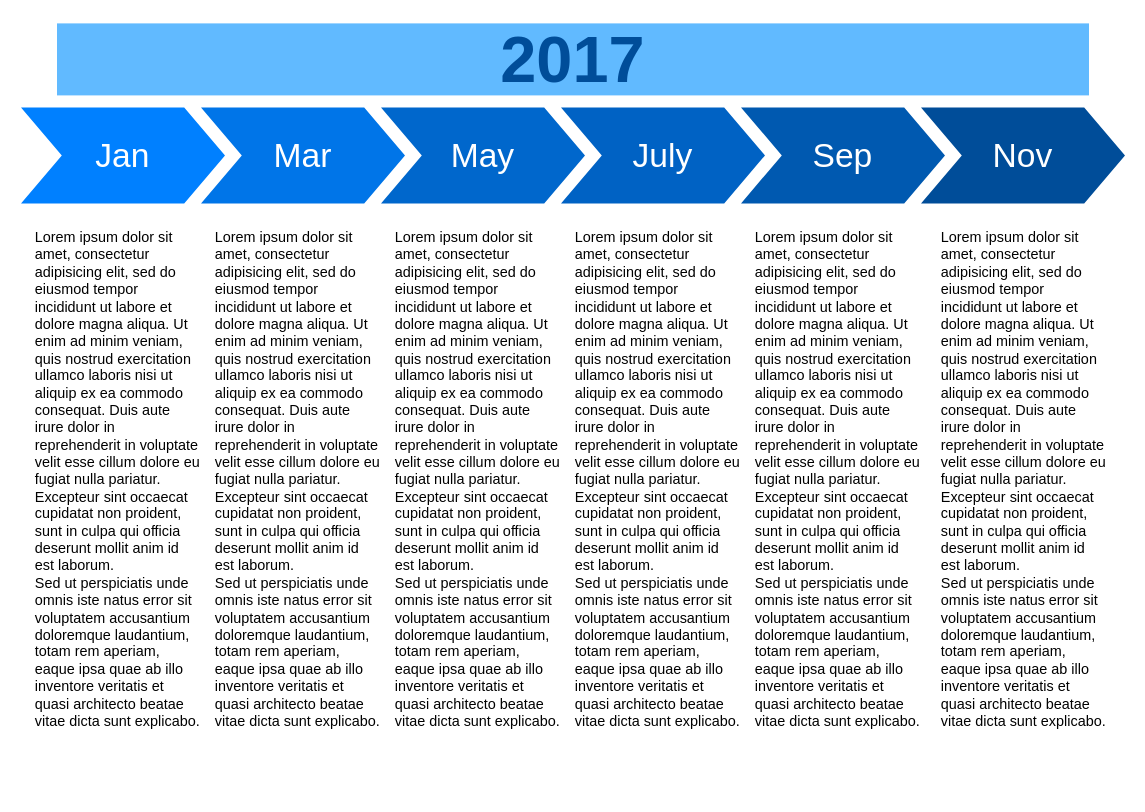
Earlier version of the draw.io diagram page "半導體時間軸" (2 of 2) of Notion.drawio (wecan-huang/Diagrams). Source tidied: cells renumbered, new cells numbered last; positions are measured from the earlier drawing's top-left corner, leaving out a move shared by most shapes. Both pictures are drawn from the tidied source at 120%, with x=0, y=0 at pixel (20, 23).
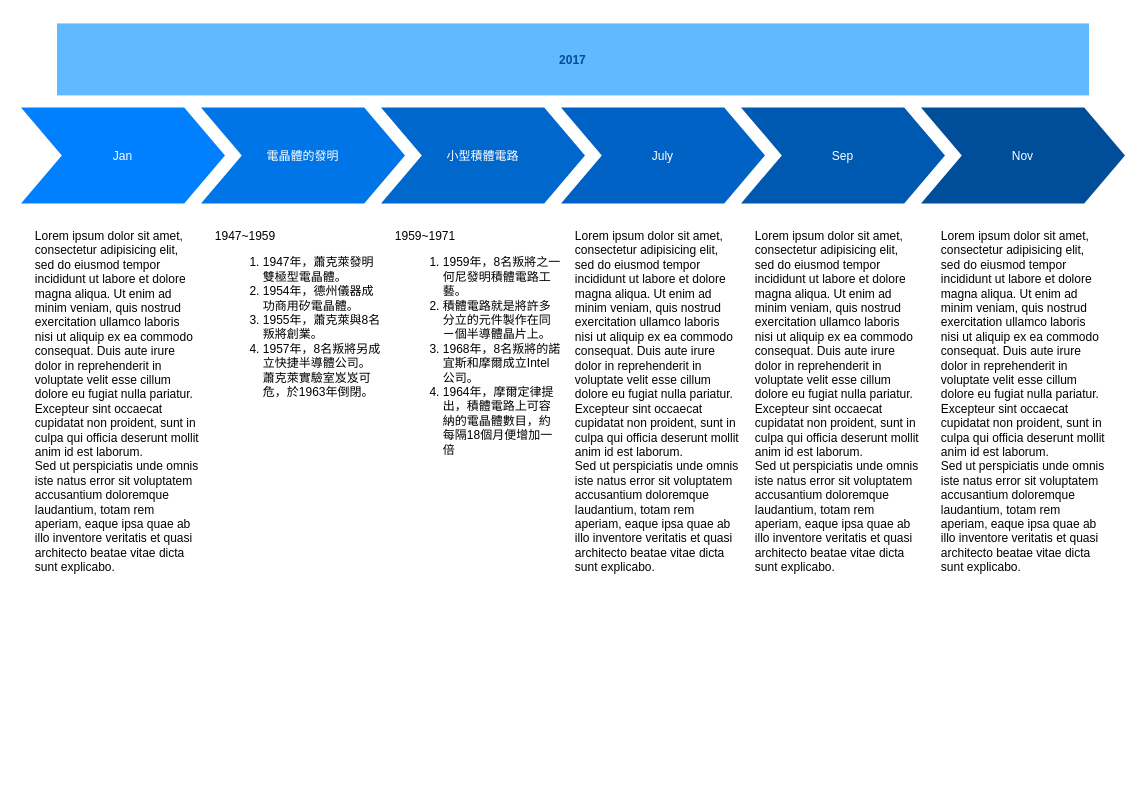
After the change.

Commit message:
add 半導體時間軸內容

What changed in the source:
```diff
@@
 <mxGraphModel>
   <root>
     <mxCell id="0" />
     <mxCell id="1" parent="0" />
-    <mxCell id="2" value="Jan" style="shape=step;whiteSpace=wrap;html=1;fontSize=28;fillColor=#0080FF;fontColor=#FFFFFF;strokeColor=none;" parent="1" vertex="1">
+    <mxCell id="2" value="Jan" style="shape=step;whiteSpace=wrap;html=1;fontSize=10;fillColor=#0080FF;fontColor=#FFFFFF;strokeColor=none;" parent="1" vertex="1">
       <mxGeometry y="70" width="170" height="80" as="geometry" />
     </mxCell>
-    <mxCell id="3" value="Mar" style="shape=step;whiteSpace=wrap;html=1;fontSize=28;fillColor=#0075E8;fontColor=#FFFFFF;strokeColor=none;" parent="1" vertex="1">
+    <mxCell id="3" value="&lt;font style=&quot;font-size: 10px;&quot;&gt;電晶體的發明&lt;/font&gt;" style="shape=step;whiteSpace=wrap;html=1;fontSize=10;fillColor=#0075E8;fontColor=#FFFFFF;strokeColor=none;" parent="1" vertex="1">
       <mxGeometry x="150" y="70" width="170" height="80" as="geometry" />
     </mxCell>
-    <mxCell id="4" value="May" style="shape=step;whiteSpace=wrap;html=1;fontSize=28;fillColor=#0067CC;fontColor=#FFFFFF;strokeColor=none;" parent="1" vertex="1">
+    <mxCell id="4" value="小型積體電路" style="shape=step;whiteSpace=wrap;html=1;fontSize=10;fillColor=#0067CC;fontColor=#FFFFFF;strokeColor=none;" parent="1" vertex="1">
       <mxGeometry x="300" y="70" width="170" height="80" as="geometry" />
     </mxCell>
-    <mxCell id="5" value="July" style="shape=step;whiteSpace=wrap;html=1;fontSize=28;fillColor=#0062C4;fontColor=#FFFFFF;strokeColor=none;" parent="1" vertex="1">
+    <mxCell id="5" value="July" style="shape=step;whiteSpace=wrap;html=1;fontSize=10;fillColor=#0062C4;fontColor=#FFFFFF;strokeColor=none;" parent="1" vertex="1">
       <mxGeometry x="450" y="70" width="170" height="80" as="geometry" />
     </mxCell>
-    <mxCell id="6" value="Sep" style="shape=step;whiteSpace=wrap;html=1;fontSize=28;fillColor=#0059B0;fontColor=#FFFFFF;strokeColor=none;" parent="1" vertex="1">
+    <mxCell id="6" value="Sep" style="shape=step;whiteSpace=wrap;html=1;fontSize=10;fillColor=#0059B0;fontColor=#FFFFFF;strokeColor=none;" parent="1" vertex="1">
       <mxGeometry x="600" y="70" width="170" height="80" as="geometry" />
     </mxCell>
-    <mxCell id="7" value="Nov" style="shape=step;whiteSpace=wrap;html=1;fontSize=28;fillColor=#004D99;fontColor=#FFFFFF;strokeColor=none;" parent="1" vertex="1">
+    <mxCell id="7" value="Nov" style="shape=step;whiteSpace=wrap;html=1;fontSize=10;fillColor=#004D99;fontColor=#FFFFFF;strokeColor=none;" parent="1" vertex="1">
       <mxGeometry x="750" y="70" width="170" height="80" as="geometry" />
     </mxCell>
-    <mxCell id="8" value="2017" style="text;html=1;strokeColor=none;fillColor=#61BAFF;align=center;verticalAlign=middle;whiteSpace=wrap;fontSize=54;fontStyle=1;fontColor=#004D99;" parent="1" vertex="1">
+    <mxCell id="8" value="2017" style="text;html=1;strokeColor=none;fillColor=#61BAFF;align=center;verticalAlign=middle;whiteSpace=wrap;fontSize=10;fontStyle=1;fontColor=#004D99;" parent="1" vertex="1">
       <mxGeometry x="30" width="860" height="60" as="geometry" />
     </mxCell>
-    <mxCell id="9" value="Lorem ipsum dolor sit amet, consectetur adipisicing elit, sed do eiusmod tempor incididunt ut labore et dolore magna aliqua. Ut enim ad minim veniam, quis nostrud exercitation ullamco laboris nisi ut aliquip ex ea commodo consequat. Duis aute irure dolor in reprehenderit in voluptate velit esse cillum dolore eu fugiat nulla pariatur. Excepteur sint occaecat cupidatat non proident, sunt in culpa qui officia deserunt mollit anim id est laborum.&lt;br&gt;Sed ut perspiciatis unde omnis iste natus error sit voluptatem accusantium doloremque laudantium, totam rem aperiam, eaque ipsa quae ab illo inventore veritatis et quasi architecto beatae vitae dicta sunt explicabo." style="text;spacingTop=-5;fillColor=#ffffff;whiteSpace=wrap;html=1;align=left;fontSize=12;fontFamily=Helvetica;fillColor=none;strokeColor=none;" parent="1" vertex="1">
+    <mxCell id="9" value="Lorem ipsum dolor sit amet, consectetur adipisicing elit, sed do eiusmod tempor incididunt ut labore et dolore magna aliqua. Ut enim ad minim veniam, quis nostrud exercitation ullamco laboris nisi ut aliquip ex ea commodo consequat. Duis aute irure dolor in reprehenderit in voluptate velit esse cillum dolore eu fugiat nulla pariatur. Excepteur sint occaecat cupidatat non proident, sunt in culpa qui officia deserunt mollit anim id est laborum.&lt;br style=&quot;font-size: 10px;&quot;&gt;Sed ut perspiciatis unde omnis iste natus error sit voluptatem accusantium doloremque laudantium, totam rem aperiam, eaque ipsa quae ab illo inventore veritatis et quasi architecto beatae vitae dicta sunt explicabo." style="text;spacingTop=-5;fillColor=#ffffff;whiteSpace=wrap;html=1;align=left;fontSize=10;fontFamily=Helvetica;fillColor=none;strokeColor=none;" parent="1" vertex="1">
       <mxGeometry x="10" y="170" width="140" height="470" as="geometry" />
     </mxCell>
-    <mxCell id="10" value="Lorem ipsum dolor sit amet, consectetur adipisicing elit, sed do eiusmod tempor incididunt ut labore et dolore magna aliqua. Ut enim ad minim veniam, quis nostrud exercitation ullamco laboris nisi ut aliquip ex ea commodo consequat. Duis aute irure dolor in reprehenderit in voluptate velit esse cillum dolore eu fugiat nulla pariatur. Excepteur sint occaecat cupidatat non proident, sunt in culpa qui officia deserunt mollit anim id est laborum.&lt;br&gt;Sed ut perspiciatis unde omnis iste natus error sit voluptatem accusantium doloremque laudantium, totam rem aperiam, eaque ipsa quae ab illo inventore veritatis et quasi architecto beatae vitae dicta sunt explicabo." style="text;spacingTop=-5;fillColor=#ffffff;whiteSpace=wrap;html=1;align=left;fontSize=12;fontFamily=Helvetica;fillColor=none;strokeColor=none;" parent="1" vertex="1">
+    <mxCell id="10" value="&lt;div style=&quot;font-size: 10px;&quot;&gt;&lt;font style=&quot;font-size: 10px;&quot;&gt;1947~1959&lt;/font&gt;&lt;/div&gt;&lt;ol style=&quot;font-size: 10px;&quot;&gt;&lt;li style=&quot;font-size: 10px;&quot;&gt;&lt;font style=&quot;font-size: 10px;&quot;&gt;1947年，蕭克萊發明雙極型電晶體。&lt;br style=&quot;font-size: 10px;&quot;&gt;&lt;/font&gt;&lt;/li&gt;&lt;li style=&quot;font-size: 10px;&quot;&gt;&lt;font style=&quot;font-size: 10px;&quot;&gt;1954年，德州儀器成功商用矽電晶體。&lt;/font&gt;&lt;/li&gt;&lt;li style=&quot;font-size: 10px;&quot;&gt;1955年，蕭克萊與8名叛將創業。&lt;/li&gt;&lt;li style=&quot;font-size: 10px;&quot;&gt;1957年，8名叛將另成立快捷半導體公司。蕭克萊實驗室岌岌可危，於1963年倒閉。&lt;/li&gt;&lt;/ol&gt;" style="text;spacingTop=-5;fillColor=#ffffff;whiteSpace=wrap;html=1;align=left;fontSize=10;fontFamily=Helvetica;fillColor=none;strokeColor=none;" parent="1" vertex="1">
       <mxGeometry x="160" y="170" width="140" height="470" as="geometry" />
     </mxCell>
-    <mxCell id="11" value="Lorem ipsum dolor sit amet, consectetur adipisicing elit, sed do eiusmod tempor incididunt ut labore et dolore magna aliqua. Ut enim ad minim veniam, quis nostrud exercitation ullamco laboris nisi ut aliquip ex ea commodo consequat. Duis aute irure dolor in reprehenderit in voluptate velit esse cillum dolore eu fugiat nulla pariatur. Excepteur sint occaecat cupidatat non proident, sunt in culpa qui officia deserunt mollit anim id est laborum.&lt;br&gt;Sed ut perspiciatis unde omnis iste natus error sit voluptatem accusantium doloremque laudantium, totam rem aperiam, eaque ipsa quae ab illo inventore veritatis et quasi architecto beatae vitae dicta sunt explicabo." style="text;spacingTop=-5;fillColor=#ffffff;whiteSpace=wrap;html=1;align=left;fontSize=12;fontFamily=Helvetica;fillColor=none;strokeColor=none;" parent="1" vertex="1">
+    <mxCell id="11" value="1959~1971&lt;br&gt;&lt;ol&gt;&lt;li&gt;1959年，8名叛將之一何尼發明積體電路工藝。&lt;/li&gt;&lt;li&gt;積體電路就是將許多分立的元件製作在同ㄧ個半導體晶片上。&lt;/li&gt;&lt;li&gt;1968年，8名叛將的諾宜斯和摩爾成立Intel公司。&lt;/li&gt;&lt;li&gt;1964年，摩爾定律提出，&lt;span style=&quot;caret-color: rgb(32, 33, 34);&quot;&gt;&lt;font style=&quot;font-size: 10px;&quot;&gt;積體電路上可容納的電晶體數目，約每隔18個月便增加一倍&lt;/font&gt;&lt;/span&gt;&lt;/li&gt;&lt;/ol&gt;" style="text;spacingTop=-5;fillColor=#ffffff;whiteSpace=wrap;html=1;align=left;fontSize=10;fontFamily=Helvetica;fillColor=none;strokeColor=none;" parent="1" vertex="1">
       <mxGeometry x="310" y="170" width="140" height="470" as="geometry" />
     </mxCell>
-    <mxCell id="12" value="Lorem ipsum dolor sit amet, consectetur adipisicing elit, sed do eiusmod tempor incididunt ut labore et dolore magna aliqua. Ut enim ad minim veniam, quis nostrud exercitation ullamco laboris nisi ut aliquip ex ea commodo consequat. Duis aute irure dolor in reprehenderit in voluptate velit esse cillum dolore eu fugiat nulla pariatur. Excepteur sint occaecat cupidatat non proident, sunt in culpa qui officia deserunt mollit anim id est laborum.&lt;br&gt;Sed ut perspiciatis unde omnis iste natus error sit voluptatem accusantium doloremque laudantium, totam rem aperiam, eaque ipsa quae ab illo inventore veritatis et quasi architecto beatae vitae dicta sunt explicabo." style="text;spacingTop=-5;fillColor=#ffffff;whiteSpace=wrap;html=1;align=left;fontSize=12;fontFamily=Helvetica;fillColor=none;strokeColor=none;" parent="1" vertex="1">
+    <mxCell id="12" value="Lorem ipsum dolor sit amet, consectetur adipisicing elit, sed do eiusmod tempor incididunt ut labore et dolore magna aliqua. Ut enim ad minim veniam, quis nostrud exercitation ullamco laboris nisi ut aliquip ex ea commodo consequat. Duis aute irure dolor in reprehenderit in voluptate velit esse cillum dolore eu fugiat nulla pariatur. Excepteur sint occaecat cupidatat non proident, sunt in culpa qui officia deserunt mollit anim id est laborum.&lt;br style=&quot;font-size: 10px;&quot;&gt;Sed ut perspiciatis unde omnis iste natus error sit voluptatem accusantium doloremque laudantium, totam rem aperiam, eaque ipsa quae ab illo inventore veritatis et quasi architecto beatae vitae dicta sunt explicabo." style="text;spacingTop=-5;fillColor=#ffffff;whiteSpace=wrap;html=1;align=left;fontSize=10;fontFamily=Helvetica;fillColor=none;strokeColor=none;" parent="1" vertex="1">
       <mxGeometry x="460" y="170" width="140" height="470" as="geometry" />
     </mxCell>
-    <mxCell id="13" value="Lorem ipsum dolor sit amet, consectetur adipisicing elit, sed do eiusmod tempor incididunt ut labore et dolore magna aliqua. Ut enim ad minim veniam, quis nostrud exercitation ullamco laboris nisi ut aliquip ex ea commodo consequat. Duis aute irure dolor in reprehenderit in voluptate velit esse cillum dolore eu fugiat nulla pariatur. Excepteur sint occaecat cupidatat non proident, sunt in culpa qui officia deserunt mollit anim id est laborum.&lt;br&gt;Sed ut perspiciatis unde omnis iste natus error sit voluptatem accusantium doloremque laudantium, totam rem aperiam, eaque ipsa quae ab illo inventore veritatis et quasi architecto beatae vitae dicta sunt explicabo." style="text;spacingTop=-5;fillColor=#ffffff;whiteSpace=wrap;html=1;align=left;fontSize=12;fontFamily=Helvetica;fillColor=none;strokeColor=none;" parent="1" vertex="1">
+    <mxCell id="13" value="Lorem ipsum dolor sit amet, consectetur adipisicing elit, sed do eiusmod tempor incididunt ut labore et dolore magna aliqua. Ut enim ad minim veniam, quis nostrud exercitation ullamco laboris nisi ut aliquip ex ea commodo consequat. Duis aute irure dolor in reprehenderit in voluptate velit esse cillum dolore eu fugiat nulla pariatur. Excepteur sint occaecat cupidatat non proident, sunt in culpa qui officia deserunt mollit anim id est laborum.&lt;br style=&quot;font-size: 10px;&quot;&gt;Sed ut perspiciatis unde omnis iste natus error sit voluptatem accusantium doloremque laudantium, totam rem aperiam, eaque ipsa quae ab illo inventore veritatis et quasi architecto beatae vitae dicta sunt explicabo." style="text;spacingTop=-5;fillColor=#ffffff;whiteSpace=wrap;html=1;align=left;fontSize=10;fontFamily=Helvetica;fillColor=none;strokeColor=none;" parent="1" vertex="1">
       <mxGeometry x="610" y="170" width="140" height="470" as="geometry" />
     </mxCell>
-    <mxCell id="14" value="Lorem ipsum dolor sit amet, consectetur adipisicing elit, sed do eiusmod tempor incididunt ut labore et dolore magna aliqua. Ut enim ad minim veniam, quis nostrud exercitation ullamco laboris nisi ut aliquip ex ea commodo consequat. Duis aute irure dolor in reprehenderit in voluptate velit esse cillum dolore eu fugiat nulla pariatur. Excepteur sint occaecat cupidatat non proident, sunt in culpa qui officia deserunt mollit anim id est laborum.&lt;br&gt;Sed ut perspiciatis unde omnis iste natus error sit voluptatem accusantium doloremque laudantium, totam rem aperiam, eaque ipsa quae ab illo inventore veritatis et quasi architecto beatae vitae dicta sunt explicabo." style="text;spacingTop=-5;fillColor=#ffffff;whiteSpace=wrap;html=1;align=left;fontSize=12;fontFamily=Helvetica;fillColor=none;strokeColor=none;" parent="1" vertex="1">
+    <mxCell id="14" value="Lorem ipsum dolor sit amet, consectetur adipisicing elit, sed do eiusmod tempor incididunt ut labore et dolore magna aliqua. Ut enim ad minim veniam, quis nostrud exercitation ullamco laboris nisi ut aliquip ex ea commodo consequat. Duis aute irure dolor in reprehenderit in voluptate velit esse cillum dolore eu fugiat nulla pariatur. Excepteur sint occaecat cupidatat non proident, sunt in culpa qui officia deserunt mollit anim id est laborum.&lt;br style=&quot;font-size: 10px;&quot;&gt;Sed ut perspiciatis unde omnis iste natus error sit voluptatem accusantium doloremque laudantium, totam rem aperiam, eaque ipsa quae ab illo inventore veritatis et quasi architecto beatae vitae dicta sunt explicabo." style="text;spacingTop=-5;fillColor=#ffffff;whiteSpace=wrap;html=1;align=left;fontSize=10;fontFamily=Helvetica;fillColor=none;strokeColor=none;" parent="1" vertex="1">
       <mxGeometry x="765" y="170" width="140" height="470" as="geometry" />
     </mxCell>
   </root>
 </mxGraphModel>
```
